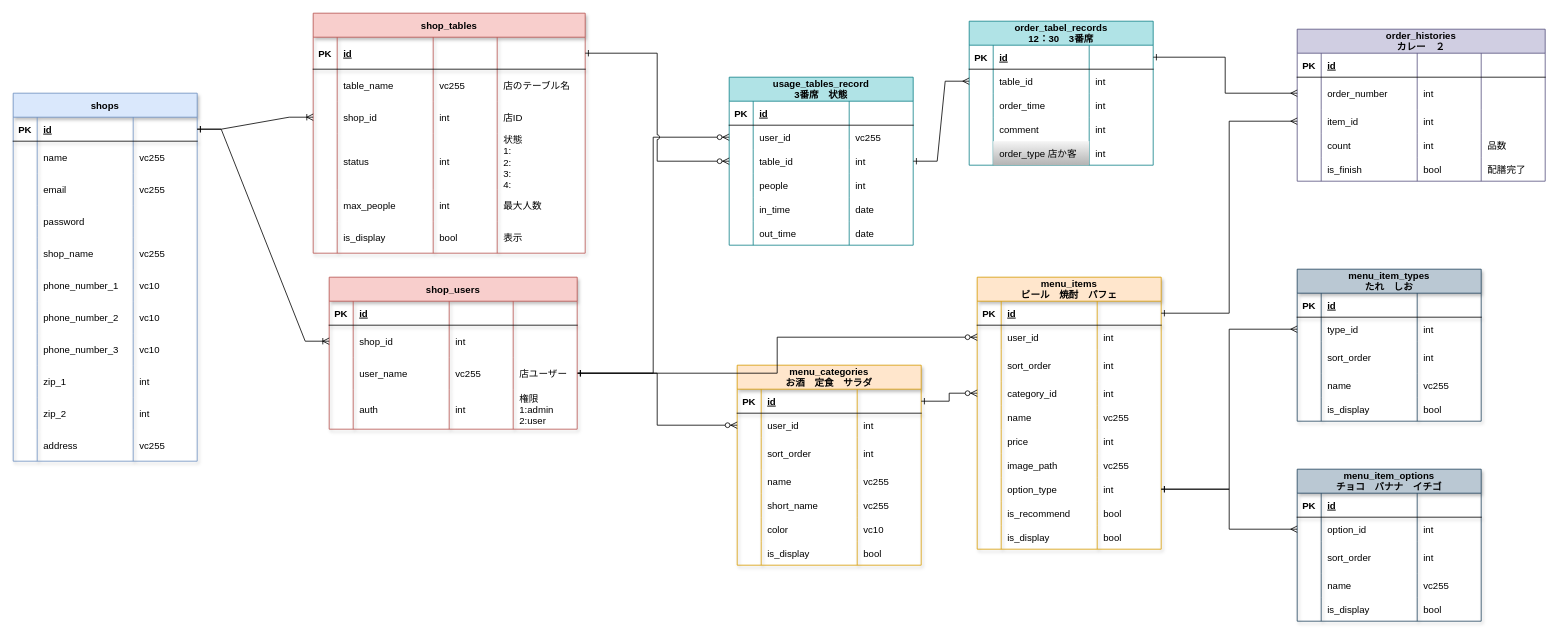
This is DB-ER.drawio from lafrin/haizen, a draw.io file, before an edit. Source tidied: cells renumbered, new cells numbered last; positions are measured from the earlier drawing's top-left corner, leaving out a move shared by most shapes. Both pictures are drawn from the tidied source at 80%, with x=0, y=0 at pixel (13, 13).
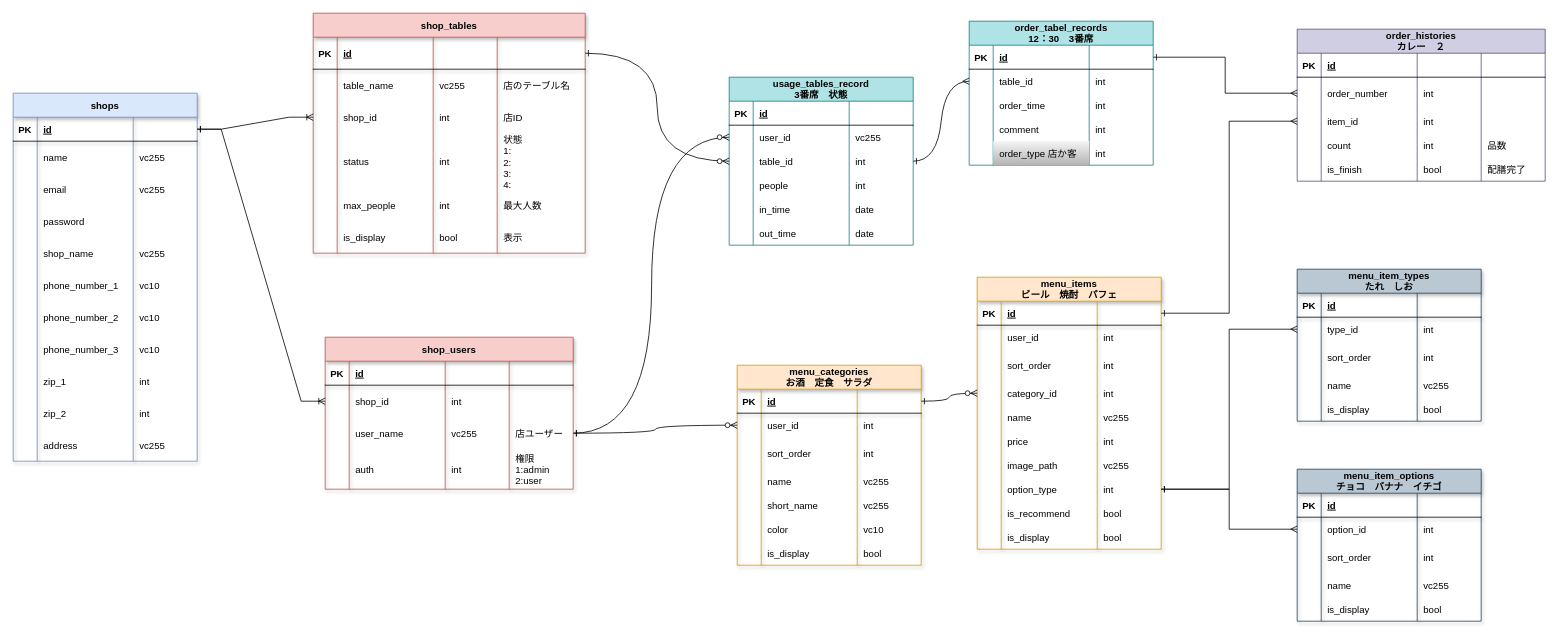
After the change.

Commit message:
DB-ER.drawio を更新します

Unchanged cells that the change refers to:
```xml
<mxCell id="7" style="shape=partialRectangle;fillColor=none;points=[[0,0.5],[1,0.5]];portConstraint=eastwest;top=0;left=0;right=0;bottom=0;" parent="2" vertex="1">
  <mxGeometry y="60" width="230" height="30" as="geometry" />
</mxCell>
<mxCell id="28" style="shape=partialRectangle;fillColor=none;top=0;left=0;bottom=0;right=0;points=[[0,0.5],[1,0.5]];portConstraint=eastwest;shadow=1;" parent="23" vertex="1">
  <mxGeometry y="60" width="230" height="30" as="geometry" />
</mxCell>
<mxCell id="36" style="shape=partialRectangle;fillColor=none;top=0;left=0;bottom=0;right=0;points=[[0,0.5],[1,0.5]];portConstraint=eastwest;shadow=1;" parent="23" vertex="1">
  <mxGeometry y="130" width="230" height="30" as="geometry" />
</mxCell>
<mxCell id="65" style="shape=partialRectangle;fillColor=none;top=0;left=0;bottom=1;right=0;points=[[0,0.5],[1,0.5]];portConstraint=eastwest;shadow=1;" parent="64" vertex="1">
  <mxGeometry y="30" width="230" height="30" as="geometry" />
</mxCell>
<mxCell id="69" style="shape=partialRectangle;fillColor=none;top=0;left=0;bottom=0;right=0;points=[[0,0.5],[1,0.5]];portConstraint=eastwest;shadow=1;" parent="64" vertex="1">
  <mxGeometry y="60" width="230" height="30" as="geometry" />
</mxCell>
<mxCell id="147" style="shape=partialRectangle;fillColor=none;points=[[0,0.5],[1,0.5]];portConstraint=eastwest;top=0;left=0;right=0;bottom=0;" parent="142" vertex="1">
  <mxGeometry y="60" width="230" height="30" as="geometry" />
</mxCell>
<mxCell id="151" style="shape=partialRectangle;fillColor=none;points=[[0,0.5],[1,0.5]];portConstraint=eastwest;top=0;left=0;right=0;bottom=0;" parent="142" vertex="1">
  <mxGeometry y="90" width="230" height="30" as="geometry" />
</mxCell>
<mxCell id="251" style="shape=partialRectangle;fillColor=none;top=0;left=0;bottom=0;right=0;points=[[0,0.5],[1,0.5]];portConstraint=eastwest;shadow=1;" parent="240" vertex="1">
  <mxGeometry y="100" width="310" height="40" as="geometry" />
</mxCell>
<mxCell id="263" style="shape=partialRectangle;fillColor=none;top=0;left=0;bottom=1;right=0;points=[[0,0.5],[1,0.5]];portConstraint=eastwest;shadow=1;" parent="262" vertex="1">
  <mxGeometry y="30" width="340" height="40" as="geometry" />
</mxCell>
```

Change to the diagram source:
```diff
@@
-    <mxCell id="138" style="edgeStyle=elbowEdgeStyle;fontSize=12;html=1;endArrow=ERzeroToMany;endFill=1;rounded=0;startArrow=ERone;startFill=0;exitX=1;exitY=0.5;exitDx=0;exitDy=0;" parent="1" edge="1" source="251" target="69">
+    <mxCell id="138" style="edgeStyle=elbowEdgeStyle;fontSize=12;html=1;endArrow=ERzeroToMany;endFill=1;startArrow=ERone;startFill=0;exitX=1;exitY=0.5;exitDx=0;exitDy=0;curved=1;" parent="1" edge="1" source="251" target="69">
       <mxGeometry relative="1" as="geometry" />
     </mxCell>
-    <mxCell id="139" style="edgeStyle=elbowEdgeStyle;fontSize=12;html=1;endArrow=ERzeroToMany;endFill=1;rounded=0;startArrow=ERone;startFill=0;exitX=1;exitY=0.5;exitDx=0;exitDy=0;" parent="1" edge="1" source="251" target="28">
-      <mxGeometry relative="1" as="geometry" />
+    <mxCell id="139" style="edgeStyle=elbowEdgeStyle;fontSize=12;html=1;endArrow=ERzeroToMany;endFill=1;rounded=1;startArrow=ERone;startFill=0;exitX=1;exitY=0.5;exitDx=0;exitDy=0;strokeColor=none;" parent="1" edge="1" source="251" target="28">
+      <mxGeometry relative="1" as="geometry">
+        <Array as="points">
+          <mxPoint x="845" y="470" />
+        </Array>
+      </mxGeometry>
     </mxCell>
-    <mxCell id="140" style="edgeStyle=elbowEdgeStyle;fontSize=12;html=1;endArrow=ERzeroToMany;endFill=1;rounded=0;startArrow=ERone;startFill=0;" parent="1" edge="1" source="65" target="36">
+    <mxCell id="140" style="edgeStyle=elbowEdgeStyle;fontSize=12;html=1;endArrow=ERzeroToMany;endFill=1;startArrow=ERone;startFill=0;curved=1;" parent="1" edge="1" source="65" target="36">
       <mxGeometry relative="1" as="geometry" />
     </mxCell>
-    <mxCell id="141" style="edgeStyle=elbowEdgeStyle;fontSize=12;html=1;endArrow=ERzeroToMany;endFill=1;rounded=0;startArrow=ERone;startFill=0;exitX=1;exitY=0.5;exitDx=0;exitDy=0;jumpStyle=arc;" parent="1" edge="1" source="251" target="147">
+    <mxCell id="141" style="edgeStyle=elbowEdgeStyle;fontSize=12;html=1;endArrow=ERzeroToMany;endFill=1;startArrow=ERone;startFill=0;exitX=1;exitY=0.5;exitDx=0;exitDy=0;jumpStyle=arc;curved=1;" parent="1" edge="1" source="251" target="147">
       <mxGeometry relative="1" as="geometry" />
     </mxCell>
@@
-    <mxCell id="167" style="edgeStyle=entityRelationEdgeStyle;fontSize=12;html=1;endArrow=ERmany;endFill=0;rounded=0;startArrow=ERone;startFill=0;" parent="1" edge="1" source="151" target="7">
+    <mxCell id="167" style="edgeStyle=entityRelationEdgeStyle;fontSize=12;html=1;endArrow=ERmany;endFill=0;startArrow=ERone;startFill=0;curved=1;" parent="1" edge="1" source="151" target="7">
       <mxGeometry relative="1" as="geometry" />
     </mxCell>
@@
     <mxCell id="240" value="shop_users" style="shape=table;startSize=30;childLayout=tableLayout;rowLines=0;fontStyle=1;align=center;shadow=1;fillColor=#f8cecc;strokeColor=#b85450;" parent="1" vertex="1">
-      <mxGeometry x="395" y="330" width="310" height="190" as="geometry" />
+      <mxGeometry x="390" y="405" width="310" height="190" as="geometry" />
     </mxCell>
@@
-    <mxCell id="293" style="edgeStyle=elbowEdgeStyle;fontSize=12;html=1;endArrow=ERzeroToMany;endFill=1;rounded=0;startArrow=ERone;startFill=0;entryX=0;entryY=0.5;entryDx=0;entryDy=0;jumpStyle=arc;exitX=1;exitY=0.5;exitDx=0;exitDy=0;" parent="1" edge="1" source="263" target="151">
+    <mxCell id="293" style="edgeStyle=elbowEdgeStyle;fontSize=12;html=1;endArrow=ERzeroToMany;endFill=1;startArrow=ERone;startFill=0;entryX=0;entryY=0.5;entryDx=0;entryDy=0;jumpStyle=arc;exitX=1;exitY=0.5;exitDx=0;exitDy=0;curved=1;" parent="1" edge="1" source="263" target="151">
       <mxGeometry relative="1" as="geometry" />
     </mxCell>
```
